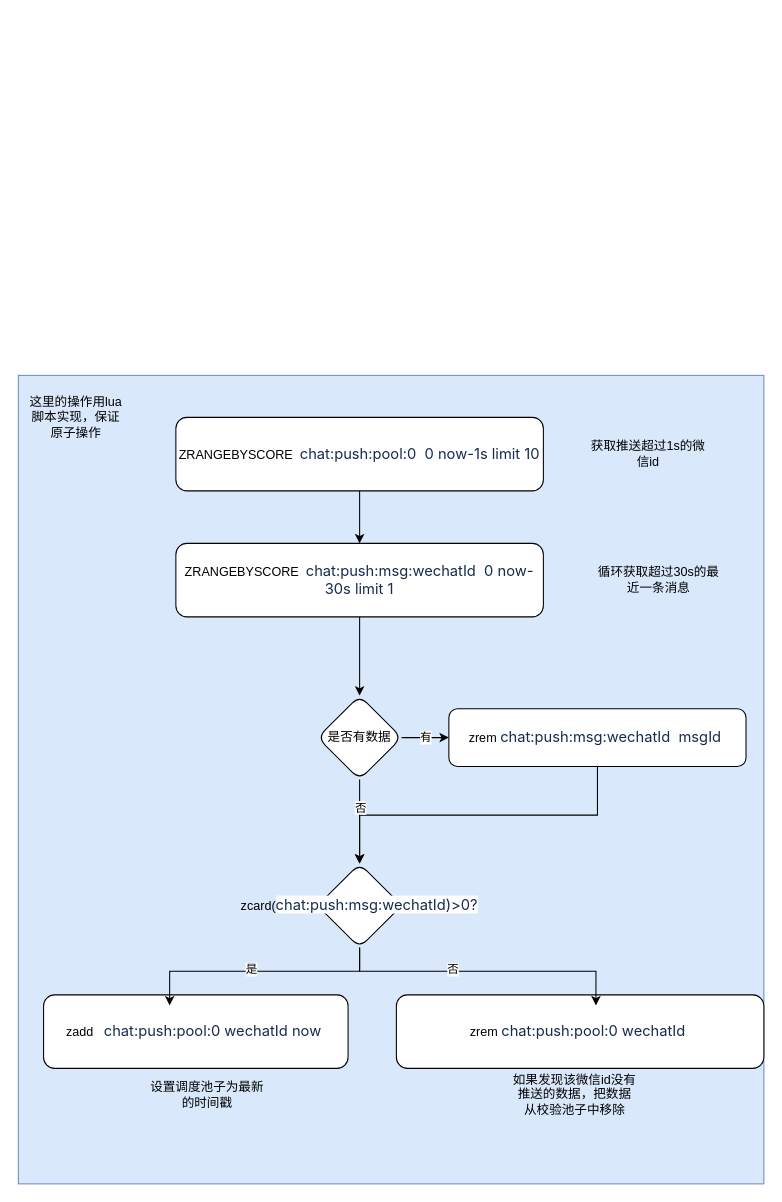
This is miyuan/推送数据Redis操作结构.drawio from smallleaf/draw.io, a draw.io file, before an edit. Source tidied: cells renumbered, new cells numbered last; positions are measured from the earlier drawing's top-left corner, leaving out a move shared by most shapes. Both pictures are drawn from the tidied source at 105%, with x=0, y=0 at pixel (18, 375).
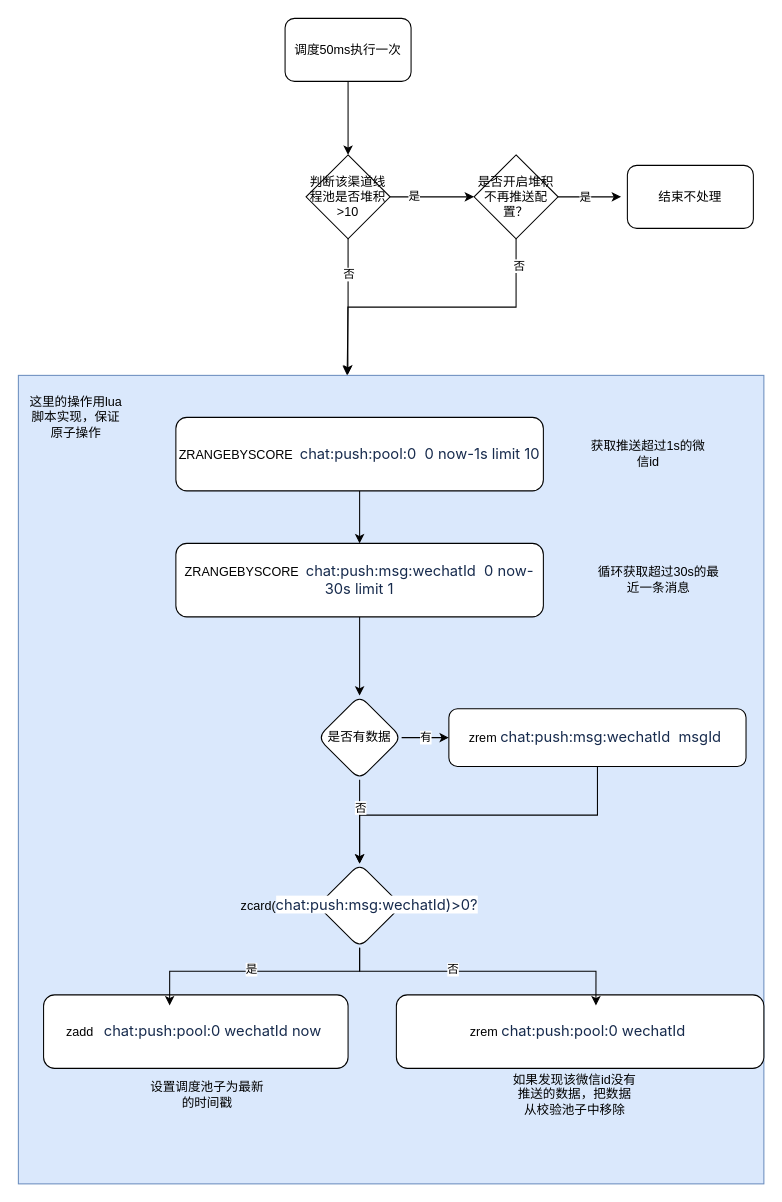
The same page after the edit.

Commit message:
更新推送数据Redis操作结构.drawio

The change refers to these unchanged cells:
```xml
<mxCell id="2" style="rounded=0;whiteSpace=wrap;html=1;fillColor=#dae8fc;strokeColor=#6c8ebf;" parent="1" vertex="1">
  <mxGeometry width="710" height="770" as="geometry" />
</mxCell>
```

Diff of the diagram source:
```diff
@@
+    <mxCell id="26" style="edgeStyle=orthogonalEdgeStyle;rounded=0;jettySize=auto;html=1;exitX=0.5;exitY=1;exitDx=0;exitDy=0;entryX=0.5;entryY=0;entryDx=0;entryDy=0;" parent="1" edge="1" source="27" target="30">
+      <mxGeometry relative="1" as="geometry" />
+    </mxCell>
+    <mxCell id="27" value="调度50ms执行一次" style="rounded=1;whiteSpace=wrap;html=1;" parent="1" vertex="1">
+      <mxGeometry x="254" y="-340" width="120" height="60" as="geometry" />
+    </mxCell>
+    <mxCell id="28" style="edgeStyle=orthogonalEdgeStyle;rounded=0;jettySize=auto;html=1;" parent="1" edge="1" source="30" target="33">
+      <mxGeometry relative="1" as="geometry" />
+    </mxCell>
+    <mxCell id="29" value="是" style="edgeLabel;html=1;align=center;verticalAlign=middle;" parent="28" vertex="1">
+      <mxGeometry x="-0.45" y="2" relative="1" as="geometry" />
+    </mxCell>
+    <mxCell id="30" value="判断该渠道线程池是否堆积&amp;gt;10" style="rhombus;whiteSpace=wrap;html=1;" parent="1" vertex="1">
+      <mxGeometry x="274" y="-210" width="80" height="80" as="geometry" />
+    </mxCell>
+    <mxCell id="31" style="edgeStyle=orthogonalEdgeStyle;rounded=0;jettySize=auto;html=1;" parent="1" edge="1" source="33">
+      <mxGeometry relative="1" as="geometry">
+        <mxPoint x="574" y="-170" as="targetPoint" />
+      </mxGeometry>
+    </mxCell>
+    <mxCell id="32" value="是" style="edgeLabel;html=1;align=center;verticalAlign=middle;" parent="31" vertex="1">
+      <mxGeometry x="-0.17" y="1" relative="1" as="geometry" />
+    </mxCell>
+    <mxCell id="33" value="是否开启堆积不再推送配置？" style="rhombus;whiteSpace=wrap;html=1;" parent="1" vertex="1">
+      <mxGeometry x="434" y="-210" width="80" height="80" as="geometry" />
+    </mxCell>
+    <mxCell id="34" value="结束不处理" style="rounded=1;whiteSpace=wrap;html=1;" parent="1" vertex="1">
+      <mxGeometry x="580" y="-200" width="120" height="60" as="geometry" />
+    </mxCell>
+    <mxCell id="35" style="edgeStyle=orthogonalEdgeStyle;rounded=0;jettySize=auto;html=1;exitX=0.5;exitY=1;exitDx=0;exitDy=0;entryX=0.441;entryY=0;entryDx=0;entryDy=0;entryPerimeter=0;" parent="1" edge="1" source="30" target="2">
+      <mxGeometry relative="1" as="geometry" />
+    </mxCell>
+    <mxCell id="36" value="否" style="edgeLabel;html=1;align=center;verticalAlign=middle;" parent="35" vertex="1">
+      <mxGeometry x="-0.5" relative="1" as="geometry" />
+    </mxCell>
+    <mxCell id="37" style="edgeStyle=orthogonalEdgeStyle;rounded=0;jettySize=auto;html=1;exitX=0.5;exitY=1;exitDx=0;exitDy=0;entryX=0.442;entryY=-0.001;entryDx=0;entryDy=0;entryPerimeter=0;" parent="1" edge="1" source="33" target="2">
+      <mxGeometry relative="1" as="geometry" />
+    </mxCell>
+    <mxCell id="38" value="否" style="edgeLabel;html=1;align=center;verticalAlign=middle;" parent="37" vertex="1">
+      <mxGeometry x="-0.83" y="2" relative="1" as="geometry" />
+    </mxCell>
```
